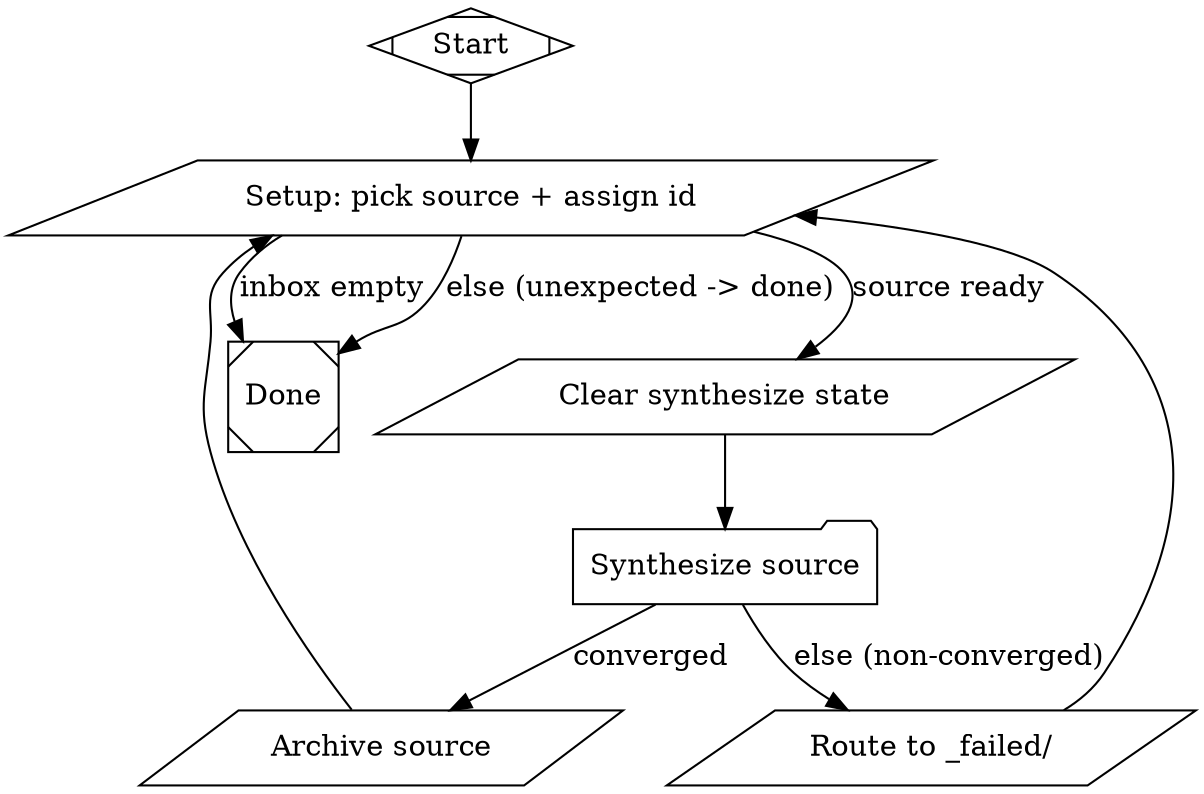
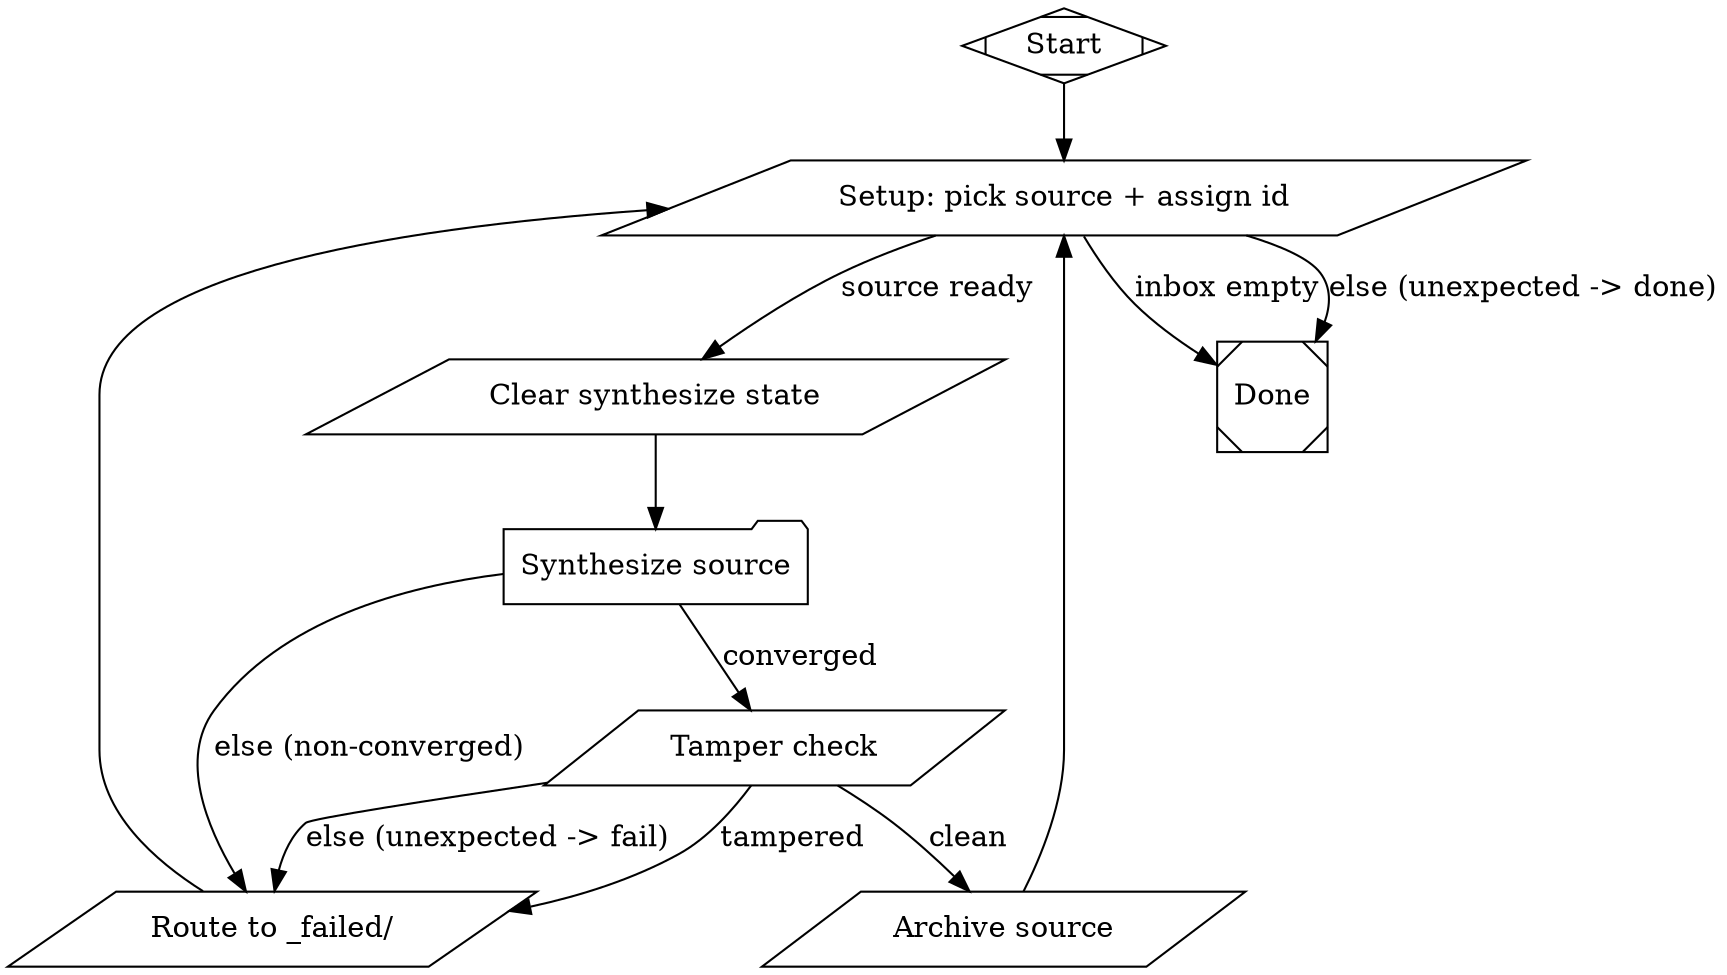
// ingest.dot -- Full inbox DRAIN loop via synthesize.dot.
//
// Drains the _inbox/ in a single run: picks one source, synthesizes it,
- // archives or fails it, then loops back to setup until the inbox is empty.
+ // tamper-checks it, archives or fails it, then loops back to setup until
+ // the inbox is empty.
//
// Compile-time tokens substituted by run_ingest() before handing to the engine:
//   $setup_cmd         -- absolute path command to cli/ingest_setup.py
//   $synthesize_dot    -- absolute path to pipeline/synthesize.dot
//   $max_drain_iters   -- safety bound (generous multiple of inbox size);
//                         if this limit trips the engine fails loud, which is
//                         the correct behaviour -- a bug would spin forever
//                         otherwise.
+ //   $clear_synthesize_cmd -- rm -f for the child synthesize checkpoint
//
// Context keys produced by the setup node (via parse_json="true") and consumed
- // by synthesize.dot as $var references:
+ // by subsequent nodes via $var references:
//   has_source, source_path, source_id, wiki_dir, validation_report,
//   schema_path, convergence_rubric, max_cycles,
- //   normalize_cmd, footnotes_cmd, validate_cmd, archive_cmd, fail_cmd
+ //   normalize_cmd, footnotes_cmd, validate_cmd,
+ //   archive_cmd, fail_cmd, tamper_check_cmd
//
// Drain-loop semantics:
//   setup emits has_source=false  -> done (inbox drained, clean exit)
- //   setup emits has_source=true   -> synthesize -> archive or fail_handler
+ //   setup emits has_source=true   -> synthesize -> tamper_check -> archive or fail_handler
+ //   tamper detected               -> fail_handler (source -> _failed/, undo tamper)
//   archive/fail_handler          -> setup (loop_restart="true")

digraph ingest {
    graph [
        goal="Drain the inbox: ingest all sources via synthesize.dot",
        default_max_retry="$max_drain_iters"
    ]

    start [shape=Mdiamond, label="Start"]

    // SETUP (deterministic tool): pick next inbox source, assign stable id,
-     // emit JSON context keys for synthesize.dot and the archive/fail commands.
+     // snapshot process state (for tamper detection), emit JSON context keys for
+     // synthesize.dot and the archive/fail/tamper_check commands.
    // Emits has_source=false (inbox empty) or has_source=true (source ready).
    // ALWAYS exits 0 -- inbox empty is the normal drain-complete signal.
    setup [
        shape=parallelogram,
        label="Setup: pick source + assign id",
        tool_command="$setup_cmd",
        parse_json="true"
    ]

    // CLEAR_SYNTHESIZE_STATE: delete the subgraph checkpoint left by the
    // previous loop iteration so the child pipeline always starts fresh.
    //
    // Why: PipelineHandler creates child logs at {run_dir}/subgraph_{node.id}.
    // The directory is reused across loop iterations (exist_ok=True), so the
    // checkpoint written by iteration 1 is found by iteration 2's child engine,
    // which fingerprint-matches synthesize.dot (unchanged), restores stale
    // context (source_id=1), and exits immediately without doing real work.
    // This rm -f runs before every run_synthesize invocation; -f means exit 0
    // on first iteration when the file does not yet exist.
    // $clear_synthesize_cmd is substituted at compile-time by run_ingest().
    clear_synthesize_state [
        shape=parallelogram,
        label="Clear synthesize state",
        tool_command="$clear_synthesize_cmd"
    ]

    // RUN_SYNTHESIZE (folder sub-pipeline): runs synthesize.dot with the
    // context keys produced by the setup node. Child inherits context clone,
    // so $source_path/$wiki_dir/etc. resolve directly inside the child.
    run_synthesize [
        shape=folder,
        label="Synthesize source",
        dot_file="$synthesize_dot"
    ]

+     // TAMPER_CHECK (deterministic tool): reads the before-synthesis snapshot
+     // written by setup (path embedded in $tamper_check_cmd), calls
+     // _detect_and_undo_tamper from cli/lib.py, and emits {"tampered":"false"}
+     // or {"tampered":"true"}.
+     //
+     // Invariant: the ledger (.processed.jsonl) and _archive/ are CLI-exclusive.
+     // The LLM is FORBIDDEN from writing either during synthesis.  If it did,
+     // _detect_and_undo_tamper undoes the damage (truncates fabricated ledger
+     // lines, returns falsely-archived files to the inbox), prints a loud error
+     // to stderr, and emits tampered=true so the router sends this source to
+     // _failed/ instead of _archive/.
+     //
+     // Only fires on the converged path (outcome=success from run_synthesize).
+     // Non-converged sources go directly to fail_handler -- tamper check is
+     // irrelevant when synthesis did not complete.
+     tamper_check [
+         shape=parallelogram,
+         label="Tamper check",
+         tool_command="$tamper_check_cmd",
+         parse_json="true"
+     ]
+ 
    // ARCHIVE (deterministic tool): move source -> _archive/, append ledger,
    // mark ingested in .sources.json. Uses $archive_cmd from context (set by
    // setup for the current source).
    archive [
        shape=parallelogram,
        label="Archive source",
        tool_command="$archive_cmd"
    ]

-     // FAIL_HANDLER (deterministic tool): move non-converged source -> _failed/
-     // so the inbox shrinks and the drain loop continues cleanly.
+     // FAIL_HANDLER (deterministic tool): move non-converged or tampered source
+     // -> _failed/ so the inbox shrinks and the drain loop continues cleanly.
    // Uses $fail_cmd from context (set by setup for the current source).
    fail_handler [
        shape=parallelogram,
        label="Route to _failed/",
        tool_command="$fail_cmd"
    ]

    done [shape=Msquare, label="Done"]

    start -> setup

    // SETUP routes EXHAUSTIVELY (no dead-end).
    // Conditional edges are tried first; the single unconditional fallback
    // (else) is the safety net for any unexpected state.
    setup -> done                   [label="inbox empty",          condition="context.has_source=false"]
    setup -> clear_synthesize_state [label="source ready",         condition="context.has_source=true"]
    setup -> done                   [label="else (unexpected -> done)"]

    clear_synthesize_state -> run_synthesize

    // RUN_SYNTHESIZE routes:
-     //   converged  -> archive (write process state, then loop back)
+     //   converged  -> tamper_check (verify LLM did not write process state)
    //   everything else -> fail_handler (non-convergence, error, unset)
    // The unconditional fallback is the fail-safe direction -- more drain,
    // never premature done.
-     run_synthesize -> archive      [label="converged",           condition="outcome=success"]
+     run_synthesize -> tamper_check [label="converged",           condition="outcome=success"]
    run_synthesize -> fail_handler [label="else (non-converged)"]
+ 
+     // TAMPER_CHECK routes EXHAUSTIVELY.
+     // Clean path: archive (write process state, then loop back).
+     // Tamper path: fail_handler (source goes to _failed/, tamper already undone).
+     tamper_check -> archive      [label="clean",               condition="context.tampered=false"]
+     tamper_check -> fail_handler [label="tampered",            condition="context.tampered=true"]
+     tamper_check -> fail_handler [label="else (unexpected -> fail)"]

    // Loop back to drain the next source.
    // Both edges use loop_restart="true" so the engine restarts the outer
    // loop counter cleanly on each successful or failed source.
    archive      -> setup [loop_restart="true"]
    fail_handler -> setup [loop_restart="true"]
}
